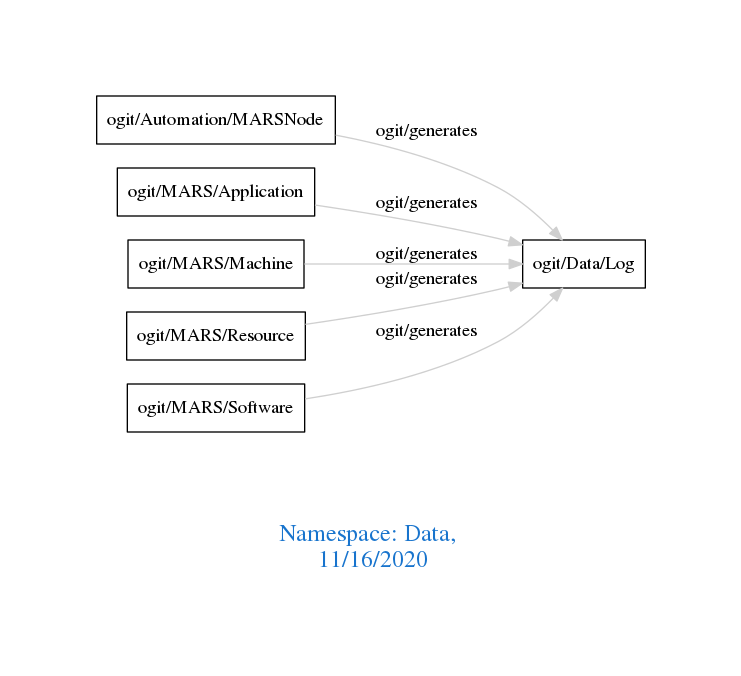
Above: downloads/Data.png in arago/OGIT (Graphviz), before the change. Its source is kept beside it as downloads/Data.dot.
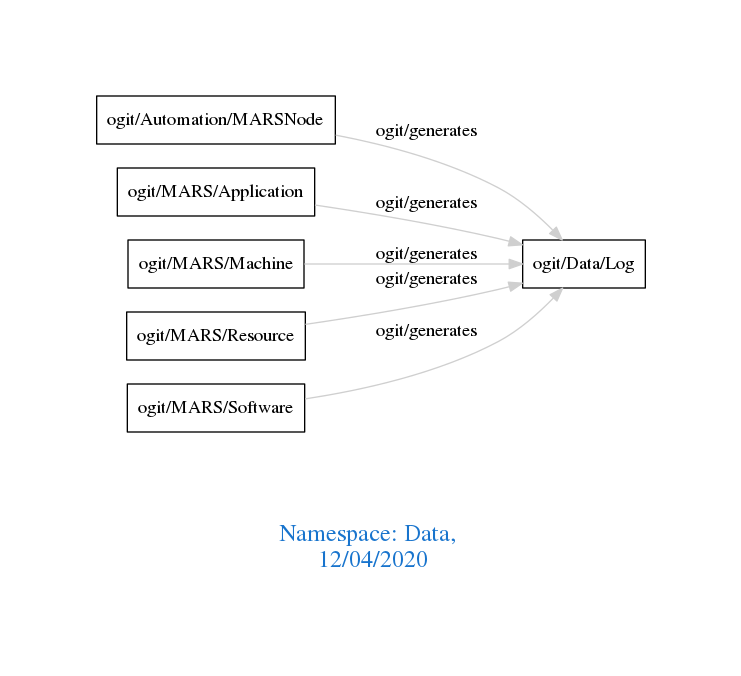
Above is the later version.

Diff of the diagram source:
```diff
@@ -1,7 +1,7 @@
 digraph OGIT_ontology {
  graph [ rankdir= LR,pad=1
 fontsize = 18,
-fontcolor= dodgerblue3,label = "\n\n\nNamespace: Data, \n 11/16/2020"];
+fontcolor= dodgerblue3,label = "\n\n\nNamespace: Data, \n 12/04/2020"];
 node[shape=polygon];
 edge [  color="gray81"];
 
```
